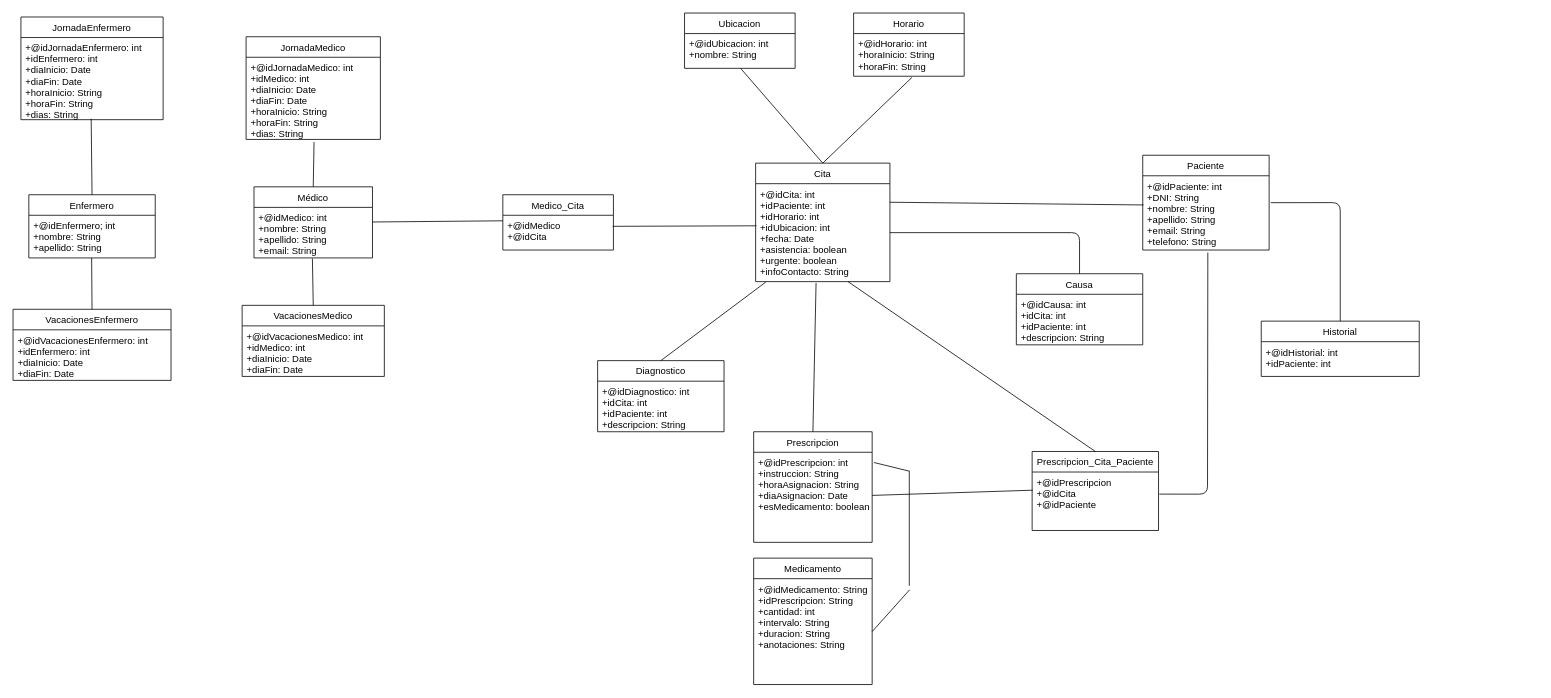
This is BBDD/diseño/DiagramaIPS.G IPS.drawio from nicomencia/IPS21_L33, a draw.io file, before an edit. Source tidied: cells renumbered, new cells numbered last; positions are measured from the earlier drawing's top-left corner, leaving out a move shared by most shapes. Both pictures are drawn from the tidied source at 79%, with x=0, y=0 at pixel (13, 13).
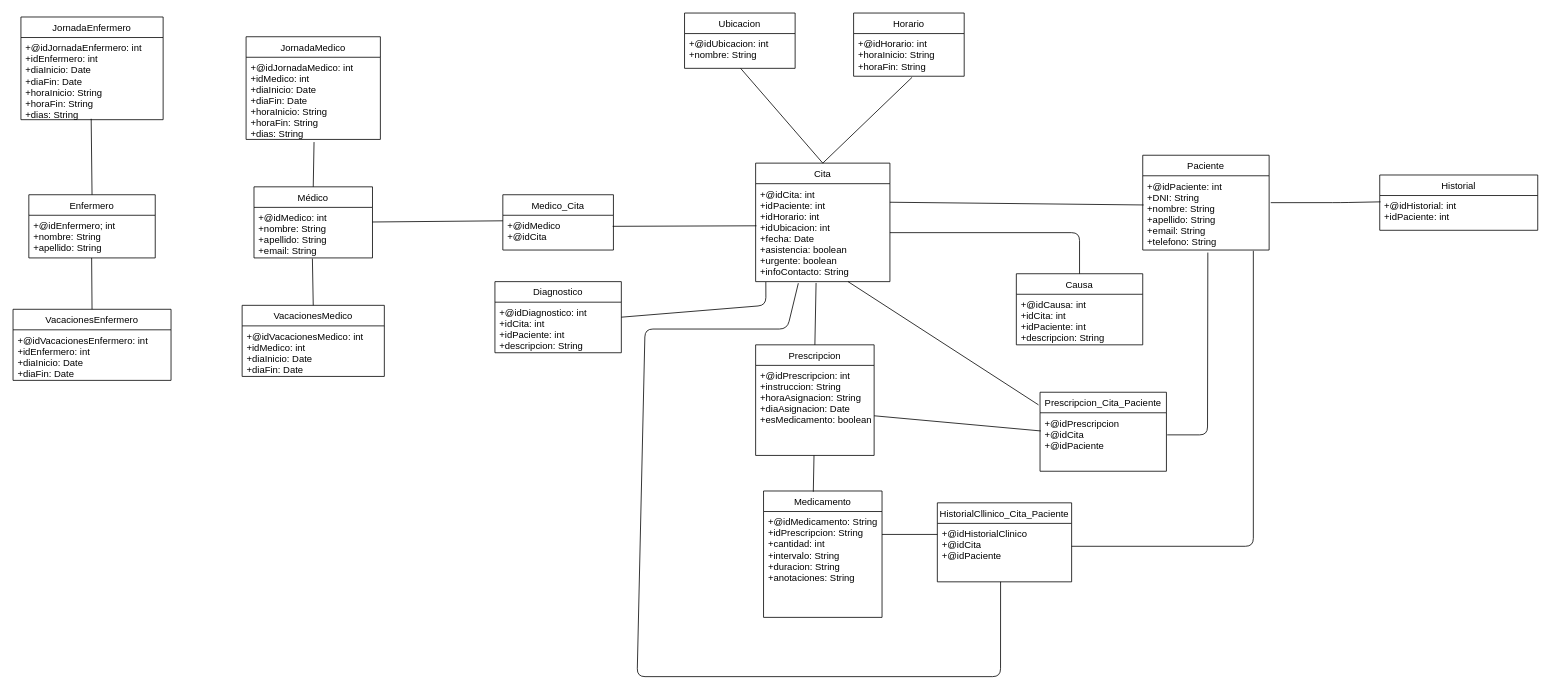
After the change.

Unchanged cells that the change refers to:
```xml
<mxCell id="32" value="+@idCita: int&#10;+idPaciente: int&#10;+idHorario: int&#10;+idUbicacion: int&#10;+fecha: Date&#10;+asistencia: boolean&#10;+urgente: boolean&#10;+infoContacto: String" style="text;strokeColor=none;fillColor=none;align=left;verticalAlign=top;spacingLeft=4;spacingRight=4;overflow=hidden;points=[[0,0.5],[1,0.5]];portConstraint=eastwest;" parent="31" vertex="1">
  <mxGeometry y="26" width="170" height="124" as="geometry" />
</mxCell>
<mxCell id="34" value="+@idPrescripcion: int&#10;+instruccion: String&#10;+horaAsignacion: String&#10;+diaAsignacion: Date&#10;+esMedicamento: boolean&#10;" style="text;strokeColor=none;fillColor=none;align=left;verticalAlign=top;spacingLeft=4;spacingRight=4;overflow=hidden;points=[[0,0.5],[1,0.5]];portConstraint=eastwest;" parent="33" vertex="1">
  <mxGeometry y="26" width="150" height="114" as="geometry" />
</mxCell>
<mxCell id="36" value="+@idPaciente: int&#10;+DNI: String&#10;+nombre: String&#10;+apellido: String&#10;+email: String&#10;+telefono: String" style="text;strokeColor=none;fillColor=none;align=left;verticalAlign=top;spacingLeft=4;spacingRight=4;overflow=hidden;points=[[0,0.5],[1,0.5]];portConstraint=eastwest;" parent="35" vertex="1">
  <mxGeometry y="26" width="160" height="94" as="geometry" />
</mxCell>
<mxCell id="42" value="+@idMedicamento: String&#10;+idPrescripcion: String&#10;+cantidad: int&#10;+intervalo: String&#10;+duracion: String&#10;+anotaciones: String&#10;" style="text;strokeColor=none;fillColor=none;align=left;verticalAlign=top;spacingLeft=4;spacingRight=4;overflow=hidden;points=[[0,0.5],[1,0.5]];portConstraint=eastwest;" parent="41" vertex="1">
  <mxGeometry y="26" width="150" height="134" as="geometry" />
</mxCell>
<mxCell id="44" value="+@idHistorial: int&#10;+idPaciente: int&#10;" style="text;strokeColor=none;fillColor=none;align=left;verticalAlign=top;spacingLeft=4;spacingRight=4;overflow=hidden;points=[[0,0.5],[1,0.5]];portConstraint=eastwest;" parent="43" vertex="1">
  <mxGeometry y="26" width="200" height="44" as="geometry" />
</mxCell>
```

Change to the diagram source:
```diff
@@
-    <mxCell id="3" style="endArrow=none;html=1;entryX=0.5;entryY=0;entryDx=0;entryDy=0;exitX=1.013;exitY=0.362;exitDx=0;exitDy=0;exitPerimeter=0;" parent="1" edge="1" source="36" target="43">
+    <mxCell id="3" style="endArrow=none;html=1;entryX=0.005;entryY=0.182;entryDx=0;entryDy=0;exitX=1.013;exitY=0.362;exitDx=0;exitDy=0;exitPerimeter=0;entryPerimeter=0;" parent="1" edge="1" source="36" target="44">
       <mxGeometry relative="1" as="geometry">
         <Array as="points">
           <mxPoint x="1680" y="240" />
         </Array>
       </mxGeometry>
     </mxCell>
-    <mxCell id="4" style="endArrow=none;html=1;exitX=1.016;exitY=0.114;exitDx=0;exitDy=0;exitPerimeter=0;" parent="1" edge="1" source="34">
-      <mxGeometry relative="1" as="geometry">
-        <mxPoint x="1135" y="580" as="targetPoint" />
-      </mxGeometry>
-    </mxCell>
-    <mxCell id="5" style="endArrow=none;html=1;" parent="1" edge="1">
-      <mxGeometry relative="1" as="geometry">
-        <mxPoint x="1134.5" y="725" as="sourcePoint" />
-        <mxPoint x="1134.5" y="580" as="targetPoint" />
-      </mxGeometry>
-    </mxCell>
-    <mxCell id="6" style="endArrow=none;html=1;exitX=1;exitY=0.5;exitDx=0;exitDy=0;" parent="1" edge="1" source="42">
-      <mxGeometry relative="1" as="geometry">
-        <mxPoint x="1135" y="730" as="targetPoint" />
-      </mxGeometry>
-    </mxCell>
@@
-    <mxCell id="11" style="endArrow=none;html=1;exitX=0.5;exitY=0;exitDx=0;exitDy=0;entryX=0.076;entryY=1.004;entryDx=0;entryDy=0;entryPerimeter=0;" parent="1" edge="1" source="39" target="32">
-      <mxGeometry relative="1" as="geometry" />
+    <mxCell id="11" style="endArrow=none;html=1;exitX=1;exitY=0.5;exitDx=0;exitDy=0;entryX=0.076;entryY=1.004;entryDx=0;entryDy=0;entryPerimeter=0;" parent="1" edge="1" source="39" target="32">
+      <mxGeometry relative="1" as="geometry">
+        <Array as="points">
+          <mxPoint x="953" y="370" />
+        </Array>
+      </mxGeometry>
     </mxCell>
@@
     <mxCell id="33" value="Prescripcion" style="swimlane;fontStyle=0;horizontal=1;startSize=26;fillColor=none;" parent="1" vertex="1">
-      <mxGeometry x="937.5" y="530" width="150" height="140" as="geometry" />
+      <mxGeometry x="940" y="420" width="150" height="140" as="geometry" />
     </mxCell>
@@
     <mxCell id="39" value="Diagnostico" style="swimlane;fontStyle=0;horizontal=1;startSize=26;fillColor=none;" parent="1" vertex="1">
-      <mxGeometry x="740" y="440" width="160" height="90" as="geometry" />
+      <mxGeometry x="610" y="340" width="160" height="90" as="geometry" />
     </mxCell>
@@
     <mxCell id="41" value="Medicamento" style="swimlane;fontStyle=0;horizontal=1;startSize=26;fillColor=none;" parent="1" vertex="1">
-      <mxGeometry x="937.5" y="690" width="150" height="160" as="geometry" />
+      <mxGeometry x="950" y="605" width="150" height="160" as="geometry" />
     </mxCell>
@@
     <mxCell id="43" value="Historial" style="swimlane;fontStyle=0;horizontal=1;startSize=26;fillColor=none;" parent="1" vertex="1">
-      <mxGeometry x="1580" y="390" width="200" height="70" as="geometry" />
+      <mxGeometry x="1730" y="205" width="200" height="70" as="geometry" />
     </mxCell>
@@
-    <mxCell id="46" value="Prescripcion_Cita_Paciente" style="swimlane;fontStyle=0;horizontal=1;startSize=26;fillColor=none;" parent="1" vertex="1">
-      <mxGeometry x="1290" y="555" width="160" height="100" as="geometry" />
-    </mxCell>
-    <mxCell id="47" value="+@idPrescripcion&#10;+@idCita&#10;+@idPaciente" style="text;strokeColor=none;fillColor=none;align=left;verticalAlign=top;spacingLeft=4;spacingRight=4;overflow=hidden;points=[[0,0.5],[1,0.5]];portConstraint=eastwest;" parent="46" vertex="1">
-      <mxGeometry y="26" width="160" height="74" as="geometry" />
-    </mxCell>
     <mxCell id="48" style="endArrow=none;html=1;strokeColor=#000000;entryX=0.515;entryY=1.034;entryDx=0;entryDy=0;entryPerimeter=0;exitX=1.006;exitY=0.378;exitDx=0;exitDy=0;exitPerimeter=0;" parent="1" edge="1" source="47" target="36">
       <mxGeometry relative="1" as="geometry">
         <Array as="points">
-          <mxPoint x="1512" y="609" />
+          <mxPoint x="1512" y="534" />
         </Array>
       </mxGeometry>
     </mxCell>
@@
-    <mxCell id="51" style="endArrow=none;html=1;strokeColor=#000000;entryX=0.688;entryY=1;entryDx=0;entryDy=0;entryPerimeter=0;exitX=0.5;exitY=0;exitDx=0;exitDy=0;" parent="1" edge="1" source="46" target="32">
+    <mxCell id="51" style="endArrow=none;html=1;strokeColor=#000000;entryX=0.688;entryY=1;entryDx=0;entryDy=0;entryPerimeter=0;exitX=-0.012;exitY=0.16;exitDx=0;exitDy=0;exitPerimeter=0;" parent="1" edge="1" source="46" target="32">
       <mxGeometry relative="1" as="geometry" />
     </mxCell>
@@
+    <mxCell id="46" value="Prescripcion_Cita_Paciente" style="swimlane;fontStyle=0;horizontal=1;startSize=26;fillColor=none;" parent="1" vertex="1">
+      <mxGeometry x="1300" y="480" width="160" height="100" as="geometry" />
+    </mxCell>
+    <mxCell id="47" value="+@idPrescripcion&#10;+@idCita&#10;+@idPaciente" style="text;strokeColor=none;fillColor=none;align=left;verticalAlign=top;spacingLeft=4;spacingRight=4;overflow=hidden;points=[[0,0.5],[1,0.5]];portConstraint=eastwest;" parent="46" vertex="1">
+      <mxGeometry y="26" width="160" height="74" as="geometry" />
+    </mxCell>
+    <mxCell id="55" value="HistorialCllinico_Cita_Paciente" style="swimlane;fontStyle=0;horizontal=1;startSize=26;fillColor=none;" parent="1" vertex="1">
+      <mxGeometry x="1170" y="620" width="170" height="100" as="geometry" />
+    </mxCell>
+    <mxCell id="56" value="+@idHistorialClinico&#10;+@idCita&#10;+@idPaciente" style="text;strokeColor=none;fillColor=none;align=left;verticalAlign=top;spacingLeft=4;spacingRight=4;overflow=hidden;points=[[0,0.5],[1,0.5]];portConstraint=eastwest;" parent="55" vertex="1">
+      <mxGeometry y="26" width="170" height="74" as="geometry" />
+    </mxCell>
+    <mxCell id="57" style="endArrow=none;html=1;entryX=0;entryY=0.189;entryDx=0;entryDy=0;entryPerimeter=0;" parent="1" edge="1" target="56">
+      <mxGeometry relative="1" as="geometry">
+        <mxPoint x="1100" y="660" as="sourcePoint" />
+      </mxGeometry>
+    </mxCell>
+    <mxCell id="58" style="endArrow=none;html=1;entryX=0.471;entryY=1;entryDx=0;entryDy=0;entryPerimeter=0;exitX=0.318;exitY=1.016;exitDx=0;exitDy=0;exitPerimeter=0;" parent="1" edge="1" source="32" target="56">
+      <mxGeometry relative="1" as="geometry">
+        <Array as="points">
+          <mxPoint x="980" y="400" />
+          <mxPoint x="800" y="400" />
+          <mxPoint x="790" y="840" />
+          <mxPoint x="1250" y="840" />
+        </Array>
+      </mxGeometry>
+    </mxCell>
+    <mxCell id="59" style="endArrow=none;html=1;entryX=0.875;entryY=1.011;entryDx=0;entryDy=0;entryPerimeter=0;" parent="1" edge="1" target="36">
+      <mxGeometry relative="1" as="geometry">
+        <mxPoint x="1340" y="675" as="sourcePoint" />
+        <Array as="points">
+          <mxPoint x="1570" y="675" />
+        </Array>
+      </mxGeometry>
+    </mxCell>
+    <mxCell id="60" style="endArrow=none;html=1;exitX=0.42;exitY=0.006;exitDx=0;exitDy=0;exitPerimeter=0;" parent="1" edge="1" source="41" target="34">
+      <mxGeometry relative="1" as="geometry" />
+    </mxCell>
```
